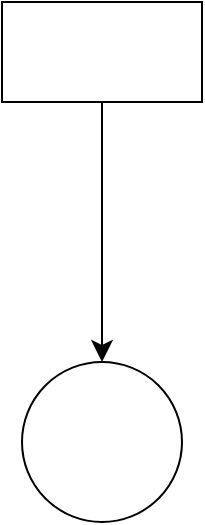
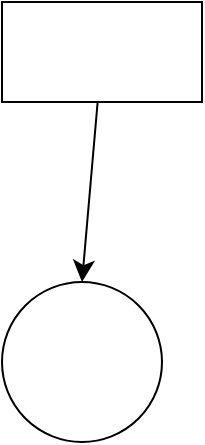
<mxfile host="app.diagrams.net" agent="Mozilla/5.0 (Linux; Android 10; K) AppleWebKit/537.36 (KHTML, like Gecko) Chrome/135.0.0.0 Mobile Safari/537.36">
  <diagram name="第 1 页" id="pEAox57lCfPmczEiAxKE">
-     <mxGraphModel dx="259" dy="449" grid="1" gridSize="10" guides="1" tooltips="1" connect="1" arrows="1" fold="1" page="1" pageScale="1" pageWidth="827" pageHeight="1169" math="0" shadow="0">
+     <mxGraphModel dx="216" dy="374" grid="1" gridSize="10" guides="1" tooltips="1" connect="1" arrows="1" fold="1" page="1" pageScale="1" pageWidth="827" pageHeight="1169" math="0" shadow="0">
      <root>
        <mxCell id="0" />
        <mxCell id="1" parent="0" />
        <mxCell id="8ibmsg1ke8ZTpoNWk6o7-3" edge="1" parent="1" source="8ibmsg1ke8ZTpoNWk6o7-1" style="edgeStyle=none;curved=1;rounded=0;orthogonalLoop=1;jettySize=auto;html=1;fontSize=12;startSize=8;endSize=8;entryX=0.5;entryY=0;entryDx=0;entryDy=0;entryPerimeter=0;" target="8ibmsg1ke8ZTpoNWk6o7-2" value="">
          <mxGeometry relative="1" as="geometry" />
        </mxCell>
        <mxCell id="8ibmsg1ke8ZTpoNWk6o7-1" parent="1" style="whiteSpace=wrap;html=1;" value="" vertex="1">
          <mxGeometry height="50" width="100" x="150" y="220" as="geometry" />
        </mxCell>
        <mxCell id="8ibmsg1ke8ZTpoNWk6o7-2" parent="1" style="ellipse;whiteSpace=wrap;html=1;" value="" vertex="1">
-           <mxGeometry height="80" width="80" x="160" y="400" as="geometry" />
+           <mxGeometry height="80" width="80" x="150" y="360" as="geometry" />
        </mxCell>
      </root>
    </mxGraphModel>
  </diagram>
</mxfile>
